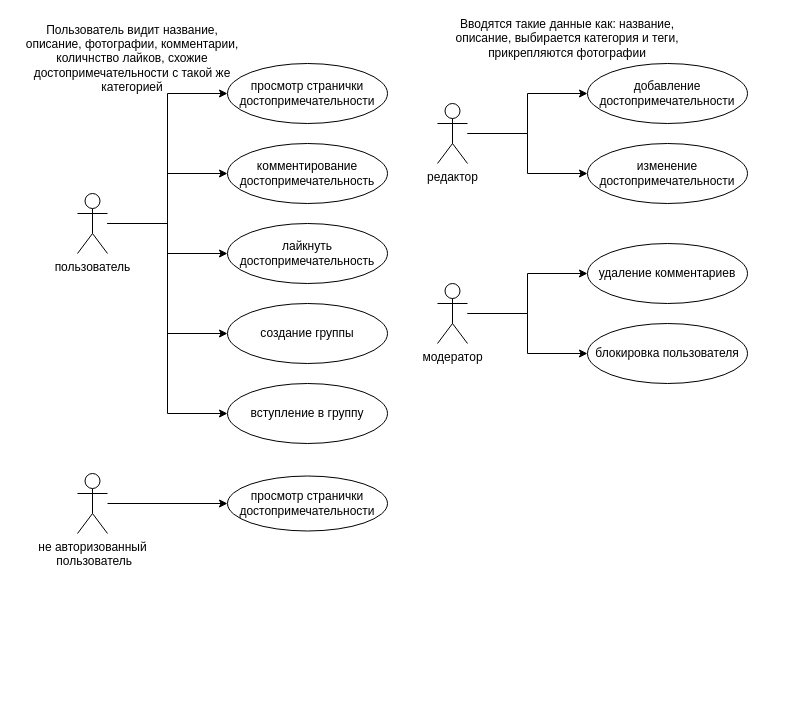
Earlier version of the draw.io diagram Диаграмма вариантов истользования.drawio (RinaBoni/software-development-technologies-8). Source tidied: cells renumbered, new cells numbered last; positions are measured from the earlier drawing's top-left corner, leaving out a move shared by most shapes. Both pictures are drawn from the tidied source at 100%, with x=0, y=0 at pixel (17, 23).
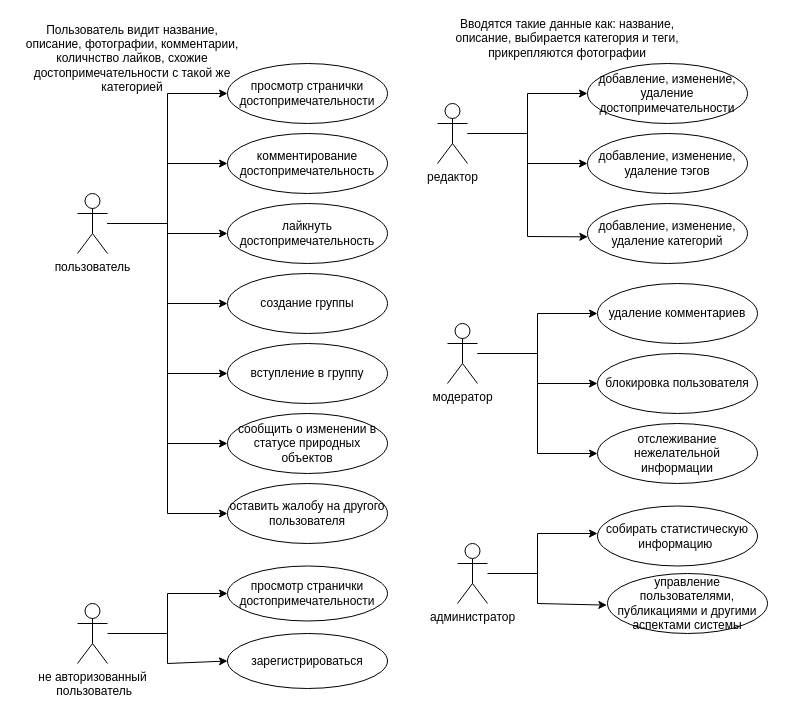
After the change.

Commit message:
добавлены варианты в соответствии с тех заданием

The edit, as a diff of the source:
```diff
@@
     <mxCell id="12" value="модератор" style="shape=umlActor;verticalLabelPosition=bottom;verticalAlign=top;html=1;outlineConnect=0;" parent="1" vertex="1">
-      <mxGeometry x="420" y="260" width="30" height="60" as="geometry" />
+      <mxGeometry x="430" y="300" width="30" height="60" as="geometry" />
     </mxCell>
@@
     <mxCell id="14" value="не авторизованный&lt;br&gt;&amp;nbsp;пользователь" style="shape=umlActor;verticalLabelPosition=bottom;verticalAlign=top;html=1;outlineConnect=0;" parent="1" vertex="1">
-      <mxGeometry x="60" y="450" width="30" height="60" as="geometry" />
+      <mxGeometry x="60" y="580" width="30" height="60" as="geometry" />
     </mxCell>
@@
     <mxCell id="16" value="комментирование достопримечательность" style="ellipse;whiteSpace=wrap;html=1;" parent="1" vertex="1">
-      <mxGeometry x="210" y="120" width="160" height="60" as="geometry" />
+      <mxGeometry x="210" y="110" width="160" height="60" as="geometry" />
     </mxCell>
-    <mxCell id="17" value="добавление достопримечательности" style="ellipse;whiteSpace=wrap;html=1;" parent="1" vertex="1">
+    <mxCell id="17" value="добавление, изменение, удаление достопримечательности" style="ellipse;whiteSpace=wrap;html=1;" parent="1" vertex="1">
       <mxGeometry x="570" y="40" width="160" height="60" as="geometry" />
     </mxCell>
-    <mxCell id="18" value="изменение достопримечательности" style="ellipse;whiteSpace=wrap;html=1;" parent="1" vertex="1">
-      <mxGeometry x="570" y="120" width="160" height="60" as="geometry" />
+    <mxCell id="18" value="добавление, изменение, удаление тэгов" style="ellipse;whiteSpace=wrap;html=1;" parent="1" vertex="1">
+      <mxGeometry x="570" y="110" width="160" height="60" as="geometry" />
     </mxCell>
     <mxCell id="19" value="удаление комментариев" style="ellipse;whiteSpace=wrap;html=1;" parent="1" vertex="1">
-      <mxGeometry x="570" y="220" width="160" height="60" as="geometry" />
+      <mxGeometry x="580" y="260" width="160" height="60" as="geometry" />
     </mxCell>
     <mxCell id="20" value="блокировка пользователя" style="ellipse;whiteSpace=wrap;html=1;" parent="1" vertex="1">
-      <mxGeometry x="570" y="300" width="160" height="60" as="geometry" />
+      <mxGeometry x="580" y="330" width="160" height="60" as="geometry" />
     </mxCell>
     <mxCell id="21" value="просмотр странички достопримечательности" style="ellipse;whiteSpace=wrap;html=1;" parent="1" vertex="1">
-      <mxGeometry x="210" y="452.5" width="160" height="55" as="geometry" />
+      <mxGeometry x="210" y="542.5" width="160" height="55" as="geometry" />
     </mxCell>
     <mxCell id="22" value="создание группы" style="ellipse;whiteSpace=wrap;html=1;" parent="1" vertex="1">
-      <mxGeometry x="210" y="280" width="160" height="60" as="geometry" />
+      <mxGeometry x="210" y="250" width="160" height="60" as="geometry" />
     </mxCell>
     <mxCell id="23" value="вступление в группу" style="ellipse;whiteSpace=wrap;html=1;" parent="1" vertex="1">
-      <mxGeometry x="210" y="360" width="160" height="60" as="geometry" />
+      <mxGeometry x="210" y="320" width="160" height="60" as="geometry" />
     </mxCell>
@@
     <mxCell id="27" value="лайкнуть достопримечательность" style="ellipse;whiteSpace=wrap;html=1;" parent="1" vertex="1">
-      <mxGeometry x="210" y="200" width="160" height="60" as="geometry" />
+      <mxGeometry x="210" y="180" width="160" height="60" as="geometry" />
     </mxCell>
     <mxCell id="28" style="endArrow=classic;html=1;rounded=0;entryX=0;entryY=0.5;entryDx=0;entryDy=0;" parent="1" edge="1" target="27">
       <mxGeometry relative="1" as="geometry">
-        <mxPoint x="150" y="230" as="sourcePoint" />
+        <mxPoint x="150" y="210" as="sourcePoint" />
       </mxGeometry>
     </mxCell>
+    <mxCell id="29" value="оставить жалобу на другого пользователя" style="ellipse;whiteSpace=wrap;html=1;" parent="1" vertex="1">
+      <mxGeometry x="210" y="460" width="160" height="60" as="geometry" />
+    </mxCell>
+    <mxCell id="30" value="сообщить о изменении&amp;nbsp;в статусе природных объектов" style="ellipse;whiteSpace=wrap;html=1;" parent="1" vertex="1">
+      <mxGeometry x="210" y="390" width="160" height="60" as="geometry" />
+    </mxCell>
+    <mxCell id="31" style="endArrow=classic;html=1;rounded=0;entryX=0;entryY=0.5;entryDx=0;entryDy=0;" parent="1" edge="1" target="30">
+      <mxGeometry relative="1" as="geometry">
+        <mxPoint x="150" y="350" as="sourcePoint" />
+        <Array as="points">
+          <mxPoint x="150" y="420" />
+        </Array>
+      </mxGeometry>
+    </mxCell>
+    <mxCell id="32" style="endArrow=classic;html=1;rounded=0;entryX=0;entryY=0.5;entryDx=0;entryDy=0;" parent="1" edge="1" target="29">
+      <mxGeometry relative="1" as="geometry">
+        <mxPoint x="150" y="420" as="sourcePoint" />
+        <Array as="points">
+          <mxPoint x="150" y="490" />
+        </Array>
+      </mxGeometry>
+    </mxCell>
+    <mxCell id="33" value="зарегистрироваться" style="ellipse;whiteSpace=wrap;html=1;" parent="1" vertex="1">
+      <mxGeometry x="210" y="610" width="160" height="55" as="geometry" />
+    </mxCell>
+    <mxCell id="34" style="endArrow=classic;html=1;rounded=0;entryX=0;entryY=0.5;entryDx=0;entryDy=0;" parent="1" edge="1" target="33">
+      <mxGeometry relative="1" as="geometry">
+        <mxPoint x="150" y="610" as="sourcePoint" />
+        <Array as="points">
+          <mxPoint x="150" y="640" />
+        </Array>
+      </mxGeometry>
+    </mxCell>
+    <mxCell id="35" value="добавление, изменение, удаление категорий" style="ellipse;whiteSpace=wrap;html=1;" parent="1" vertex="1">
+      <mxGeometry x="570" y="180" width="160" height="60" as="geometry" />
+    </mxCell>
+    <mxCell id="36" style="endArrow=classic;html=1;rounded=0;entryX=0.002;entryY=0.556;entryDx=0;entryDy=0;entryPerimeter=0;" parent="1" edge="1" target="35">
+      <mxGeometry relative="1" as="geometry">
+        <mxPoint x="510" y="140" as="sourcePoint" />
+        <Array as="points">
+          <mxPoint x="510" y="213" />
+        </Array>
+      </mxGeometry>
+    </mxCell>
+    <mxCell id="37" value="отслеживание нежелательной информации" style="ellipse;whiteSpace=wrap;html=1;" parent="1" vertex="1">
+      <mxGeometry x="580" y="400" width="160" height="60" as="geometry" />
+    </mxCell>
+    <mxCell id="38" style="endArrow=classic;html=1;rounded=0;entryX=0;entryY=0.5;entryDx=0;entryDy=0;" parent="1" edge="1" target="37">
+      <mxGeometry relative="1" as="geometry">
+        <mxPoint x="520" y="360" as="sourcePoint" />
+        <Array as="points">
+          <mxPoint x="520" y="430" />
+        </Array>
+      </mxGeometry>
+    </mxCell>
+    <mxCell id="39" value="администратор" style="shape=umlActor;verticalLabelPosition=bottom;verticalAlign=top;html=1;outlineConnect=0;" parent="1" vertex="1">
+      <mxGeometry x="440" y="520" width="30" height="60" as="geometry" />
+    </mxCell>
+    <mxCell id="40" value="собирать статистическую информацию&amp;nbsp;" style="ellipse;whiteSpace=wrap;html=1;" parent="1" vertex="1">
+      <mxGeometry x="580" y="482.5" width="160" height="60" as="geometry" />
+    </mxCell>
+    <mxCell id="41" value="управление пользователями, публикациями и другими аспектами системы" style="ellipse;whiteSpace=wrap;html=1;" parent="1" vertex="1">
+      <mxGeometry x="590" y="550" width="160" height="60" as="geometry" />
+    </mxCell>
+    <mxCell id="42" style="endArrow=classic;html=1;rounded=0;" parent="1" edge="1" source="39">
+      <mxGeometry relative="1" as="geometry">
+        <mxPoint x="580" y="510" as="targetPoint" />
+        <Array as="points">
+          <mxPoint x="520" y="550" />
+          <mxPoint x="520" y="510" />
+        </Array>
+      </mxGeometry>
+    </mxCell>
+    <mxCell id="43" style="endArrow=classic;html=1;rounded=0;entryX=-0.004;entryY=0.527;entryDx=0;entryDy=0;entryPerimeter=0;" parent="1" edge="1" target="41">
+      <mxGeometry relative="1" as="geometry">
+        <mxPoint x="520" y="550" as="sourcePoint" />
+        <Array as="points">
+          <mxPoint x="520" y="580" />
+        </Array>
+      </mxGeometry>
+    </mxCell>
```
